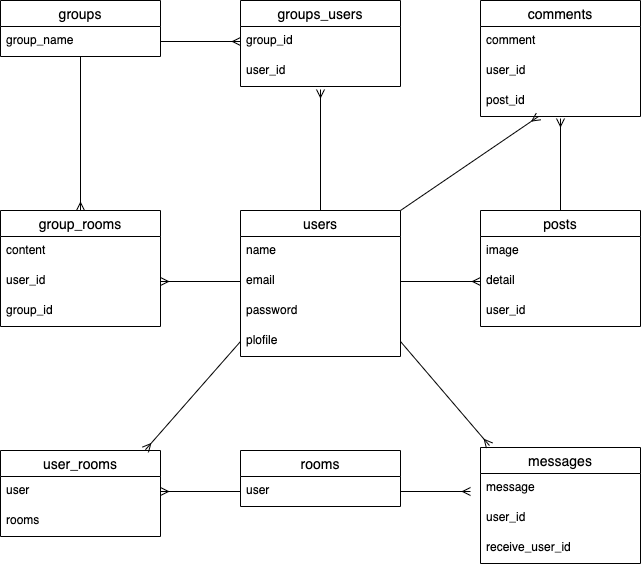
Above: ER.drawio.png in kak1-p/postration (draw.io), before the change. Source tidied: cells renumbered, new cells last; positions are measured from the earlier drawing's top-left corner, leaving out a move shared by most shapes.
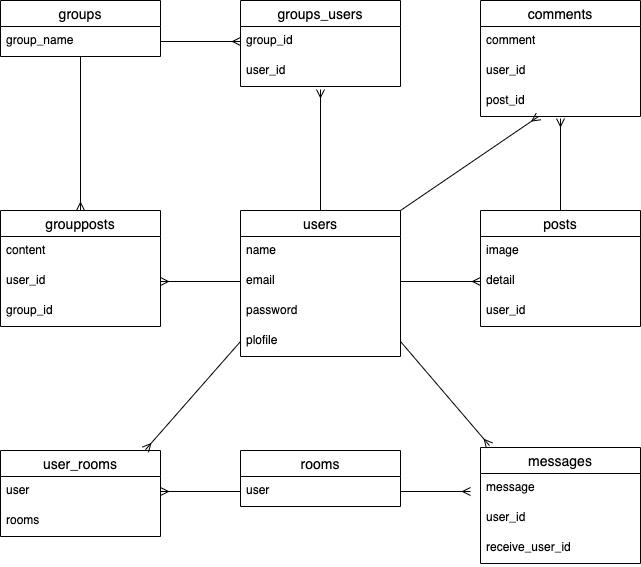
The same diagram one commit later.

The edit, as a diff of the source:
```diff
@@ -38,7 +38,7 @@
     <mxCell id="13" value="user_id" style="text;strokeColor=none;fillColor=none;spacingLeft=4;spacingRight=4;overflow=hidden;points=[[0,0.5],[1,0.5]];portConstraint=eastwest;fontSize=12;" parent="11" vertex="1">
       <mxGeometry y="56" width="160" height="30" as="geometry" />
     </mxCell>
-    <mxCell id="14" value="group_rooms" style="swimlane;fontStyle=0;horizontal=1;startSize=26;align=center;fontSize=14;" parent="1" vertex="1">
+    <mxCell id="14" value="groupposts" style="swimlane;fontStyle=0;horizontal=1;startSize=26;align=center;fontSize=14;" parent="1" vertex="1">
       <mxGeometry y="210" width="160" height="116" as="geometry" />
     </mxCell>
     <mxCell id="15" value="content" style="text;strokeColor=none;fillColor=none;spacingLeft=4;spacingRight=4;overflow=hidden;fontSize=12;" parent="14" vertex="1">
```
